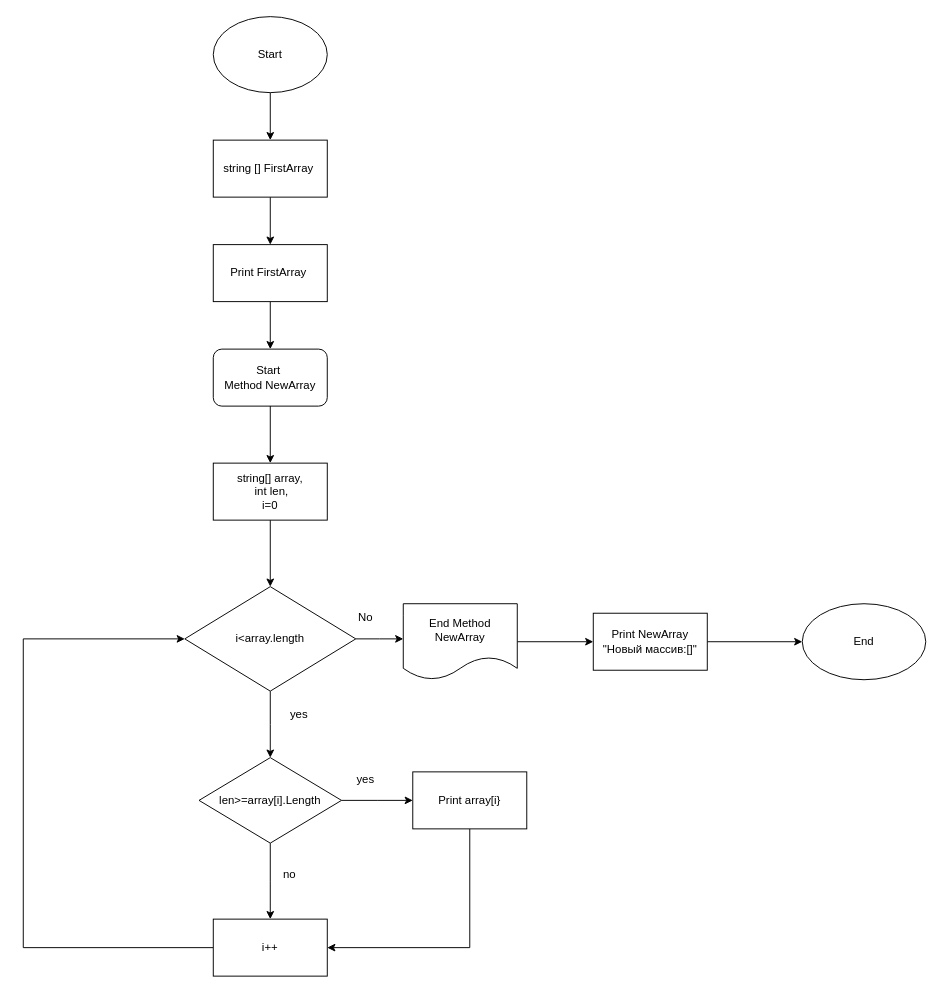
SaburovaYuliya/f keeps this draw.io diagram as block diagram.drawio. Above is the earlier version. Source tidied: cells renumbered, new cells numbered last; positions are measured from the earlier drawing's top-left corner, leaving out a move shared by most shapes. Both pictures are drawn from the tidied source at 95%, with x=0, y=0 at pixel (23, 16).
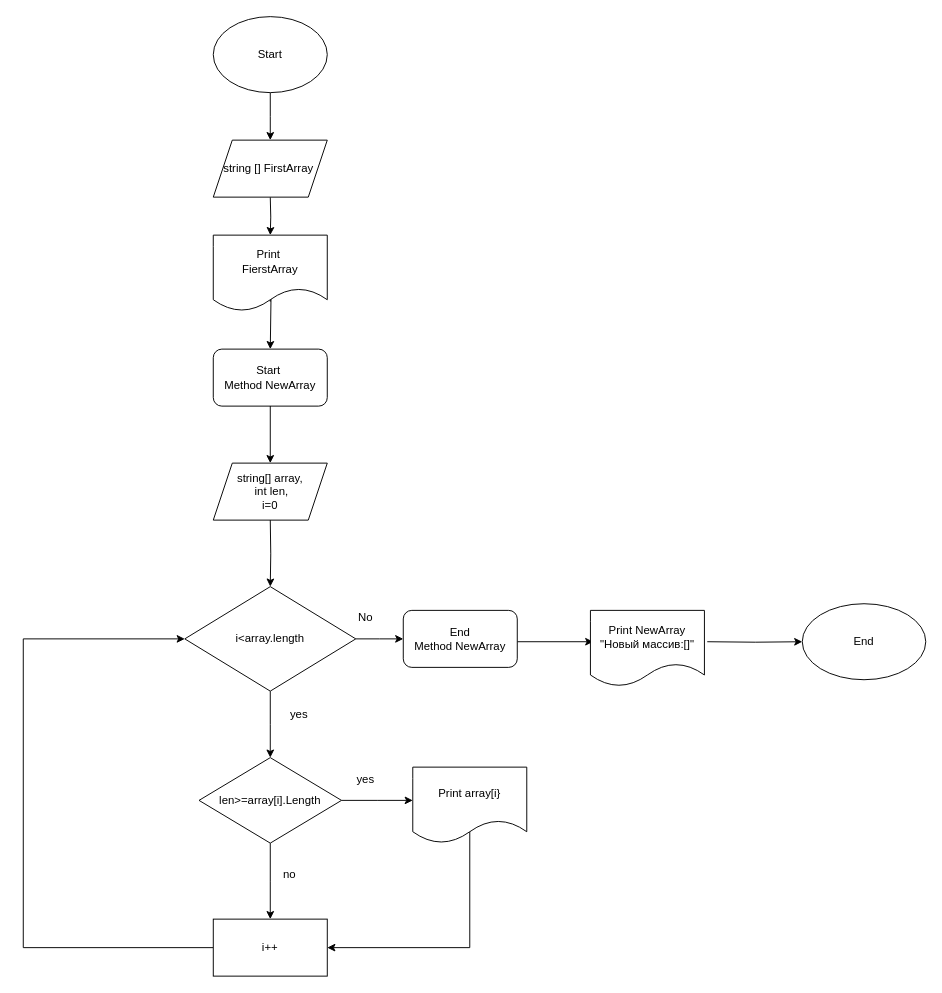
Above is the later version.

Commit message:
lдополнение файла Block

The change refers to these unchanged cells:
```xml
<mxCell id="7" value="i&amp;lt;array.length" style="rhombus;whiteSpace=wrap;html=1;rounded=0;" parent="1" vertex="1">
  <mxGeometry x="170" y="600" width="180" height="110" as="geometry" />
</mxCell>
<mxCell id="19" value="i++" style="rounded=0;whiteSpace=wrap;html=1;" parent="1" vertex="1">
  <mxGeometry x="200" y="950" width="120" height="60" as="geometry" />
</mxCell>
<mxCell id="24" value="Start" style="ellipse;whiteSpace=wrap;html=1;" parent="1" vertex="1">
  <mxGeometry x="200" width="120" height="80" as="geometry" />
</mxCell>
<mxCell id="29" value="Start&amp;nbsp;&lt;br&gt;Method NewArray" style="rounded=1;whiteSpace=wrap;html=1;" parent="1" vertex="1">
  <mxGeometry x="200" y="350" width="120" height="60" as="geometry" />
</mxCell>
<mxCell id="30" value="End" style="ellipse;whiteSpace=wrap;html=1;" parent="1" vertex="1">
  <mxGeometry x="820" y="618" width="130" height="80" as="geometry" />
</mxCell>
```

What changed in the source:
```diff
@@
-    <mxCell id="3" style="edgeStyle=orthogonalEdgeStyle;rounded=0;jettySize=auto;html=1;" parent="1" edge="1" source="4" target="7">
-      <mxGeometry relative="1" as="geometry" />
+    <mxCell id="3" style="edgeStyle=orthogonalEdgeStyle;rounded=0;jettySize=auto;html=1;" parent="1" edge="1" target="7">
+      <mxGeometry relative="1" as="geometry">
+        <mxPoint x="260" y="530" as="sourcePoint" />
+      </mxGeometry>
     </mxCell>
-    <mxCell id="4" value="string[] array,&lt;br&gt;&amp;nbsp;int len,&lt;br&gt;i=0" style="rounded=0;whiteSpace=wrap;html=1;" parent="1" vertex="1">
-      <mxGeometry x="200" y="470" width="120" height="60" as="geometry" />
-    </mxCell>
@@
-    <mxCell id="14" style="edgeStyle=orthogonalEdgeStyle;rounded=0;jettySize=auto;html=1;" parent="1" edge="1" source="15" target="22">
-      <mxGeometry relative="1" as="geometry" />
+    <mxCell id="14" style="edgeStyle=orthogonalEdgeStyle;rounded=0;orthogonalLoop=1;jettySize=auto;html=1;" parent="1" edge="1">
+      <mxGeometry relative="1" as="geometry">
+        <mxPoint x="520" y="658" as="sourcePoint" />
+        <mxPoint x="600" y="658" as="targetPoint" />
+      </mxGeometry>
     </mxCell>
-    <mxCell id="15" value="End Method NewArray&lt;br&gt;" style="shape=document;whiteSpace=wrap;html=1;boundedLbl=1;" parent="1" vertex="1">
-      <mxGeometry x="400" y="618" width="120" height="80" as="geometry" />
-    </mxCell>
-    <mxCell id="16" style="edgeStyle=orthogonalEdgeStyle;rounded=0;jettySize=auto;html=1;exitX=0.5;exitY=1;exitDx=0;exitDy=0;entryX=1;entryY=0.5;entryDx=0;entryDy=0;" parent="1" edge="1" source="17" target="19">
-      <mxGeometry relative="1" as="geometry" />
+    <mxCell id="16" style="edgeStyle=orthogonalEdgeStyle;rounded=0;jettySize=auto;html=1;exitX=0.5;exitY=1;exitDx=0;exitDy=0;entryX=1;entryY=0.5;entryDx=0;entryDy=0;" parent="1" edge="1" target="19">
+      <mxGeometry relative="1" as="geometry">
+        <mxPoint x="470" y="855" as="sourcePoint" />
+        <Array as="points">
+          <mxPoint x="470" y="980" />
+        </Array>
+      </mxGeometry>
     </mxCell>
-    <mxCell id="17" value="Print array[i}" style="rounded=0;whiteSpace=wrap;html=1;" parent="1" vertex="1">
-      <mxGeometry x="410" y="795" width="120" height="60" as="geometry" />
-    </mxCell>
@@
-    <mxCell id="21" style="edgeStyle=orthogonalEdgeStyle;rounded=0;jettySize=auto;html=1;" parent="1" edge="1" source="22" target="30">
-      <mxGeometry relative="1" as="geometry" />
+    <mxCell id="21" style="edgeStyle=orthogonalEdgeStyle;rounded=0;jettySize=auto;html=1;" parent="1" edge="1" target="30">
+      <mxGeometry relative="1" as="geometry">
+        <mxPoint x="720" y="658" as="sourcePoint" />
+      </mxGeometry>
     </mxCell>
-    <mxCell id="22" value="Print NewArray &quot;Новый массив:[]&quot;" style="whiteSpace=wrap;html=1;" parent="1" vertex="1">
-      <mxGeometry x="600" y="628" width="120" height="60" as="geometry" />
-    </mxCell>
-    <mxCell id="23" style="edgeStyle=orthogonalEdgeStyle;rounded=0;jettySize=auto;html=1;" parent="1" edge="1" source="24" target="26">
-      <mxGeometry relative="1" as="geometry" />
+    <mxCell id="23" style="edgeStyle=orthogonalEdgeStyle;rounded=0;jettySize=auto;html=1;" parent="1" edge="1" source="24">
+      <mxGeometry relative="1" as="geometry">
+        <mxPoint x="260" y="130" as="targetPoint" />
+      </mxGeometry>
     </mxCell>
@@
-    <mxCell id="25" style="edgeStyle=orthogonalEdgeStyle;rounded=0;jettySize=auto;html=1;" parent="1" edge="1" source="26" target="28">
-      <mxGeometry relative="1" as="geometry" />
-    </mxCell>
-    <mxCell id="26" value="string [] FirstArray&amp;nbsp;" style="whiteSpace=wrap;html=1;" parent="1" vertex="1">
-      <mxGeometry x="200" y="130" width="120" height="60" as="geometry" />
-    </mxCell>
+    <mxCell id="31" style="edgeStyle=orthogonalEdgeStyle;rounded=0;jettySize=auto;html=1;exitX=0.5;exitY=1;exitDx=0;exitDy=0;entryX=0.5;entryY=0;entryDx=0;entryDy=0;" parent="1" edge="1" target="32">
+      <mxGeometry relative="1" as="geometry">
+        <mxPoint x="260" y="190" as="sourcePoint" />
+      </mxGeometry>
+    </mxCell>
-    <mxCell id="27" style="edgeStyle=orthogonalEdgeStyle;rounded=0;jettySize=auto;html=1;entryX=0.5;entryY=0;entryDx=0;entryDy=0;" parent="1" edge="1" source="28" target="29">
+    <mxCell id="27" style="edgeStyle=orthogonalEdgeStyle;rounded=0;jettySize=auto;html=1;entryX=0.5;entryY=0;entryDx=0;entryDy=0;" parent="1" edge="1" target="29">
       <mxGeometry relative="1" as="geometry">
+        <mxPoint x="260" y="300" as="sourcePoint" />
         <Array as="points">
           <mxPoint x="260" y="280" />
           <mxPoint x="261" y="280" />
         </Array>
       </mxGeometry>
     </mxCell>
-    <mxCell id="28" value="Print FirstArray&amp;nbsp;" style="whiteSpace=wrap;html=1;" parent="1" vertex="1">
-      <mxGeometry x="200" y="240" width="120" height="60" as="geometry" />
-    </mxCell>
@@
+    <mxCell id="15" value="End&lt;br&gt;Method NewArray" style="rounded=1;whiteSpace=wrap;html=1;" parent="1" vertex="1">
+      <mxGeometry x="400" y="625" width="120" height="60" as="geometry" />
+    </mxCell>
+    <mxCell id="22" value="Print NewArray &quot;Новый массив:[]&quot;" style="shape=document;whiteSpace=wrap;html=1;boundedLbl=1;" parent="1" vertex="1">
+      <mxGeometry x="597" y="625" width="120" height="80" as="geometry" />
+    </mxCell>
+    <mxCell id="32" value="Print&amp;nbsp;&lt;br&gt;FierstArray" style="shape=document;whiteSpace=wrap;html=1;boundedLbl=1;" parent="1" vertex="1">
+      <mxGeometry x="200" y="230" width="120" height="80" as="geometry" />
+    </mxCell>
+    <mxCell id="4" value="string[] array,&lt;br style=&quot;border-color: var(--border-color);&quot;&gt;&amp;nbsp;int len,&lt;br style=&quot;border-color: var(--border-color);&quot;&gt;i=0" style="shape=parallelogram;perimeter=parallelogramPerimeter;whiteSpace=wrap;html=1;fixedSize=1;" parent="1" vertex="1">
+      <mxGeometry x="200" y="470" width="120" height="60" as="geometry" />
+    </mxCell>
+    <mxCell id="26" value="string [] FirstArray&amp;nbsp;" style="shape=parallelogram;perimeter=parallelogramPerimeter;whiteSpace=wrap;html=1;fixedSize=1;" parent="1" vertex="1">
+      <mxGeometry x="200" y="130" width="120" height="60" as="geometry" />
+    </mxCell>
+    <mxCell id="17" value="Print array[i}" style="shape=document;whiteSpace=wrap;html=1;boundedLbl=1;" parent="1" vertex="1">
+      <mxGeometry x="410" y="790" width="120" height="80" as="geometry" />
+    </mxCell>
```
